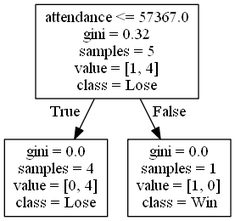
Before: DecisionTrees/Pac-12decision_tree_no_score12.png, a diagram exported from Graphviz (alexana-steck/CSE482Project). Its source is kept beside it as DecisionTrees/Pac-12decision_tree_no_score12.dot.
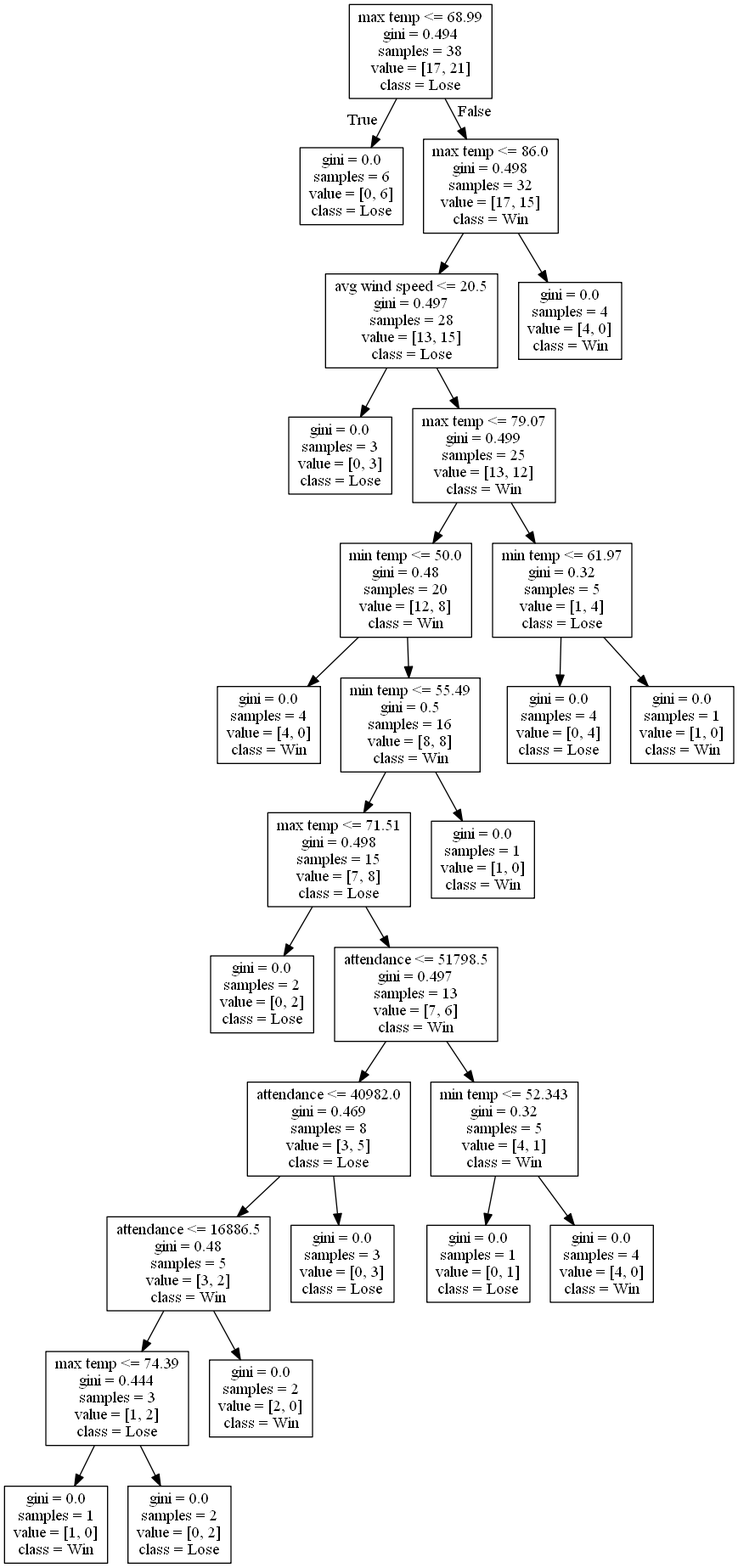
Above is the later version.

The edit, as a diff of the source:
```diff
@@ -1,8 +1,56 @@
 digraph Tree {
 node [shape=box] ;
-0 [label="attendance <= 57367.0\ngini = 0.32\nsamples = 5\nvalue = [1, 4]\nclass = Lose"] ;
-1 [label="gini = 0.0\nsamples = 4\nvalue = [0, 4]\nclass = Lose"] ;
+0 [label="max temp <= 68.99\ngini = 0.494\nsamples = 38\nvalue = [17, 21]\nclass = Lose"] ;
+1 [label="gini = 0.0\nsamples = 6\nvalue = [0, 6]\nclass = Lose"] ;
 0 -> 1 [labeldistance=2.5, labelangle=45, headlabel="True"] ;
-2 [label="gini = 0.0\nsamples = 1\nvalue = [1, 0]\nclass = Win"] ;
+2 [label="max temp <= 86.0\ngini = 0.498\nsamples = 32\nvalue = [17, 15]\nclass = Win"] ;
 0 -> 2 [labeldistance=2.5, labelangle=-45, headlabel="False"] ;
+3 [label="avg wind speed <= 20.5\ngini = 0.497\nsamples = 28\nvalue = [13, 15]\nclass = Lose"] ;
+2 -> 3 ;
+4 [label="gini = 0.0\nsamples = 3\nvalue = [0, 3]\nclass = Lose"] ;
+3 -> 4 ;
+5 [label="max temp <= 79.07\ngini = 0.499\nsamples = 25\nvalue = [13, 12]\nclass = Win"] ;
+3 -> 5 ;
+6 [label="min temp <= 50.0\ngini = 0.48\nsamples = 20\nvalue = [12, 8]\nclass = Win"] ;
+5 -> 6 ;
+7 [label="gini = 0.0\nsamples = 4\nvalue = [4, 0]\nclass = Win"] ;
+6 -> 7 ;
+8 [label="min temp <= 55.49\ngini = 0.5\nsamples = 16\nvalue = [8, 8]\nclass = Win"] ;
+6 -> 8 ;
+9 [label="max temp <= 71.51\ngini = 0.498\nsamples = 15\nvalue = [7, 8]\nclass = Lose"] ;
+8 -> 9 ;
+10 [label="gini = 0.0\nsamples = 2\nvalue = [0, 2]\nclass = Lose"] ;
+9 -> 10 ;
+11 [label="attendance <= 51798.5\ngini = 0.497\nsamples = 13\nvalue = [7, 6]\nclass = Win"] ;
+9 -> 11 ;
+12 [label="attendance <= 40982.0\ngini = 0.469\nsamples = 8\nvalue = [3, 5]\nclass = Lose"] ;
+11 -> 12 ;
+13 [label="attendance <= 16886.5\ngini = 0.48\nsamples = 5\nvalue = [3, 2]\nclass = Win"] ;
+12 -> 13 ;
+14 [label="max temp <= 74.39\ngini = 0.444\nsamples = 3\nvalue = [1, 2]\nclass = Lose"] ;
+13 -> 14 ;
+15 [label="gini = 0.0\nsamples = 1\nvalue = [1, 0]\nclass = Win"] ;
+14 -> 15 ;
+16 [label="gini = 0.0\nsamples = 2\nvalue = [0, 2]\nclass = Lose"] ;
+14 -> 16 ;
+17 [label="gini = 0.0\nsamples = 2\nvalue = [2, 0]\nclass = Win"] ;
+13 -> 17 ;
+18 [label="gini = 0.0\nsamples = 3\nvalue = [0, 3]\nclass = Lose"] ;
+12 -> 18 ;
+19 [label="min temp <= 52.343\ngini = 0.32\nsamples = 5\nvalue = [4, 1]\nclass = Win"] ;
+11 -> 19 ;
+20 [label="gini = 0.0\nsamples = 1\nvalue = [0, 1]\nclass = Lose"] ;
+19 -> 20 ;
+21 [label="gini = 0.0\nsamples = 4\nvalue = [4, 0]\nclass = Win"] ;
+19 -> 21 ;
+22 [label="gini = 0.0\nsamples = 1\nvalue = [1, 0]\nclass = Win"] ;
+8 -> 22 ;
+23 [label="min temp <= 61.97\ngini = 0.32\nsamples = 5\nvalue = [1, 4]\nclass = Lose"] ;
+5 -> 23 ;
+24 [label="gini = 0.0\nsamples = 4\nvalue = [0, 4]\nclass = Lose"] ;
+23 -> 24 ;
+25 [label="gini = 0.0\nsamples = 1\nvalue = [1, 0]\nclass = Win"] ;
+23 -> 25 ;
+26 [label="gini = 0.0\nsamples = 4\nvalue = [4, 0]\nclass = Win"] ;
+2 -> 26 ;
 }
```
